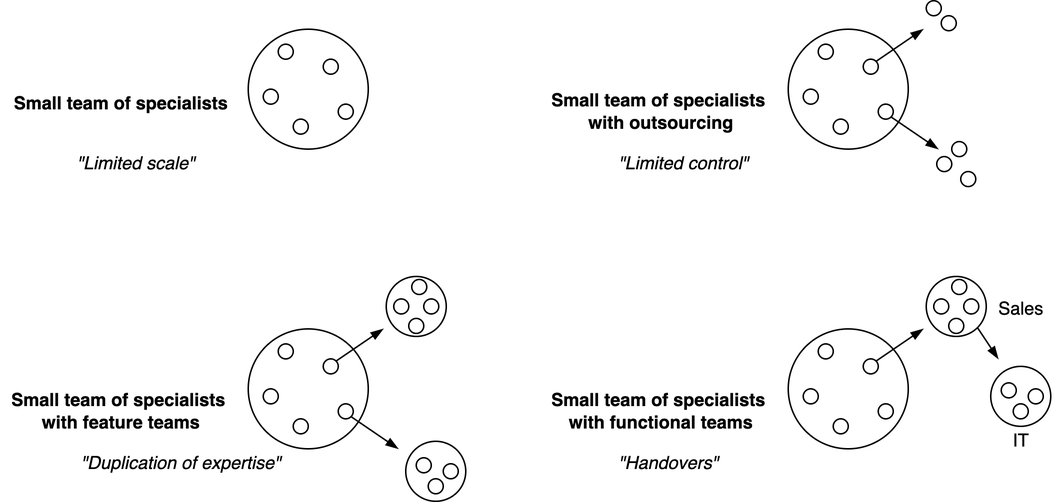
Above: img/scaling-orgs.png in voschezang/coding-handbook (draw.io), before the change. Source tidied: cells renumbered, new cells last; positions are measured from the earlier drawing's top-left corner, leaving out a move shared by most shapes.
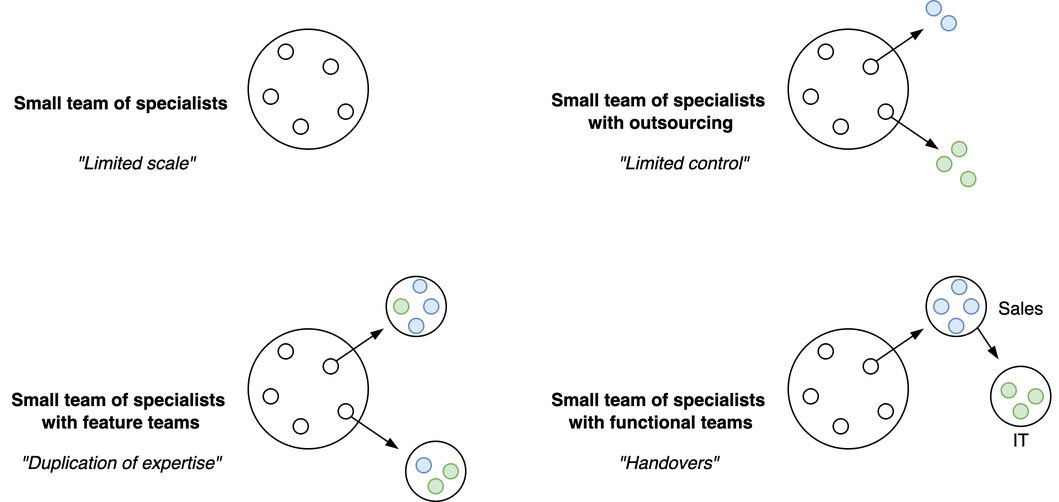
Above is the later version.

Change to the diagram source:
```diff
@@ -52,19 +52,19 @@
     <mxCell id="17" style="ellipse;whiteSpace=wrap;html=1;" parent="1" vertex="1">
       <mxGeometry x="535" y="59" width="10" height="10" as="geometry" />
     </mxCell>
-    <mxCell id="18" style="ellipse;whiteSpace=wrap;html=1;" parent="1" vertex="1">
+    <mxCell id="18" style="ellipse;whiteSpace=wrap;html=1;fillColor=#d5e8d4;strokeColor=#82b366;" parent="1" vertex="1">
       <mxGeometry x="634" y="94" width="10" height="10" as="geometry" />
     </mxCell>
-    <mxCell id="19" style="ellipse;whiteSpace=wrap;html=1;" parent="1" vertex="1">
+    <mxCell id="19" style="ellipse;whiteSpace=wrap;html=1;fillColor=#d5e8d4;strokeColor=#82b366;" parent="1" vertex="1">
       <mxGeometry x="640" y="114" width="10" height="10" as="geometry" />
     </mxCell>
-    <mxCell id="20" style="ellipse;whiteSpace=wrap;html=1;" parent="1" vertex="1">
+    <mxCell id="20" style="ellipse;whiteSpace=wrap;html=1;fillColor=#d5e8d4;strokeColor=#82b366;" parent="1" vertex="1">
       <mxGeometry x="624" y="104" width="10" height="10" as="geometry" />
     </mxCell>
-    <mxCell id="21" style="ellipse;whiteSpace=wrap;html=1;" parent="1" vertex="1">
+    <mxCell id="21" style="ellipse;whiteSpace=wrap;html=1;fillColor=#dae8fc;strokeColor=#6c8ebf;" parent="1" vertex="1">
       <mxGeometry x="617" width="10" height="10" as="geometry" />
     </mxCell>
-    <mxCell id="22" style="ellipse;whiteSpace=wrap;html=1;" parent="1" vertex="1">
+    <mxCell id="22" style="ellipse;whiteSpace=wrap;html=1;fillColor=#dae8fc;strokeColor=#6c8ebf;" parent="1" vertex="1">
       <mxGeometry x="627" y="10" width="10" height="10" as="geometry" />
     </mxCell>
     <mxCell id="23" style="endArrow=blockThin;html=1;rounded=0;endFill=1;exitX=1;exitY=1;exitDx=0;exitDy=0;" parent="1" edge="1" source="15">
@@ -98,13 +98,13 @@
     <mxCell id="31" style="ellipse;whiteSpace=wrap;html=1;" parent="1" vertex="1">
       <mxGeometry x="175" y="259" width="10" height="10" as="geometry" />
     </mxCell>
-    <mxCell id="32" style="ellipse;whiteSpace=wrap;html=1;" parent="1" vertex="1">
+    <mxCell id="32" style="ellipse;whiteSpace=wrap;html=1;fillColor=#dae8fc;strokeColor=#6c8ebf;" parent="1" vertex="1">
       <mxGeometry x="277" y="305" width="10" height="10" as="geometry" />
     </mxCell>
-    <mxCell id="33" style="ellipse;whiteSpace=wrap;html=1;" parent="1" vertex="1">
+    <mxCell id="33" style="ellipse;whiteSpace=wrap;html=1;fillColor=#d5e8d4;strokeColor=#82b366;" parent="1" vertex="1">
       <mxGeometry x="285" y="319" width="10" height="10" as="geometry" />
     </mxCell>
-    <mxCell id="34" style="ellipse;whiteSpace=wrap;html=1;" parent="1" vertex="1">
+    <mxCell id="34" style="ellipse;whiteSpace=wrap;html=1;fillColor=#d5e8d4;strokeColor=#82b366;" parent="1" vertex="1">
       <mxGeometry x="295" y="309" width="10" height="10" as="geometry" />
     </mxCell>
     <mxCell id="35" style="endArrow=blockThin;html=1;rounded=0;endFill=1;exitX=1;exitY=1;exitDx=0;exitDy=0;" parent="1" edge="1" source="29">
@@ -115,16 +115,16 @@
     <mxCell id="36" style="ellipse;whiteSpace=wrap;html=1;fillColor=none;" parent="1" vertex="1">
       <mxGeometry x="257" y="184" width="40" height="40" as="geometry" />
     </mxCell>
-    <mxCell id="37" style="ellipse;whiteSpace=wrap;html=1;" parent="1" vertex="1">
-      <mxGeometry x="274" y="186" width="10" height="10" as="geometry" />
+    <mxCell id="37" style="ellipse;whiteSpace=wrap;html=1;fillColor=#dae8fc;strokeColor=#6c8ebf;" parent="1" vertex="1">
+      <mxGeometry x="275" y="186" width="9" height="9" as="geometry" />
     </mxCell>
-    <mxCell id="38" style="ellipse;whiteSpace=wrap;html=1;" parent="1" vertex="1">
+    <mxCell id="38" style="ellipse;whiteSpace=wrap;html=1;direction=south;fillColor=#d5e8d4;strokeColor=#82b366;" parent="1" vertex="1">
       <mxGeometry x="262" y="199" width="10" height="10" as="geometry" />
     </mxCell>
-    <mxCell id="39" style="ellipse;whiteSpace=wrap;html=1;" parent="1" vertex="1">
+    <mxCell id="39" style="ellipse;whiteSpace=wrap;html=1;fillColor=#dae8fc;strokeColor=#6c8ebf;" parent="1" vertex="1">
       <mxGeometry x="282" y="199" width="10" height="10" as="geometry" />
     </mxCell>
-    <mxCell id="40" style="ellipse;whiteSpace=wrap;html=1;" parent="1" vertex="1">
+    <mxCell id="40" style="ellipse;whiteSpace=wrap;html=1;fillColor=#dae8fc;strokeColor=#6c8ebf;" parent="1" vertex="1">
       <mxGeometry x="272" y="212" width="10" height="10" as="geometry" />
     </mxCell>
     <mxCell id="41" style="ellipse;whiteSpace=wrap;html=1;fillColor=none;" parent="1" vertex="1">
@@ -156,13 +156,13 @@
     <mxCell id="49" style="ellipse;whiteSpace=wrap;html=1;" parent="1" vertex="1">
       <mxGeometry x="535" y="259" width="10" height="10" as="geometry" />
     </mxCell>
-    <mxCell id="50" style="ellipse;whiteSpace=wrap;html=1;" parent="1" vertex="1">
+    <mxCell id="50" style="ellipse;whiteSpace=wrap;html=1;fillColor=#d5e8d4;strokeColor=#82b366;" parent="1" vertex="1">
       <mxGeometry x="667" y="255" width="10" height="10" as="geometry" />
     </mxCell>
-    <mxCell id="51" style="ellipse;whiteSpace=wrap;html=1;" parent="1" vertex="1">
+    <mxCell id="51" style="ellipse;whiteSpace=wrap;html=1;fillColor=#d5e8d4;strokeColor=#82b366;" parent="1" vertex="1">
       <mxGeometry x="675" y="269" width="10" height="10" as="geometry" />
     </mxCell>
-    <mxCell id="52" style="ellipse;whiteSpace=wrap;html=1;" parent="1" vertex="1">
+    <mxCell id="52" style="ellipse;whiteSpace=wrap;html=1;fillColor=#d5e8d4;strokeColor=#82b366;" parent="1" vertex="1">
       <mxGeometry x="685" y="259" width="10" height="10" as="geometry" />
     </mxCell>
     <mxCell id="53" style="edgeStyle=none;rounded=0;jettySize=auto;html=1;exitX=1;exitY=1;exitDx=0;exitDy=0;endArrow=blockThin;endFill=1;" parent="1" edge="1" source="54">
@@ -173,16 +173,16 @@
     <mxCell id="54" style="ellipse;whiteSpace=wrap;html=1;fillColor=none;" parent="1" vertex="1">
       <mxGeometry x="617" y="184" width="40" height="40" as="geometry" />
     </mxCell>
-    <mxCell id="55" style="ellipse;whiteSpace=wrap;html=1;" parent="1" vertex="1">
+    <mxCell id="55" style="ellipse;whiteSpace=wrap;html=1;fillColor=#dae8fc;strokeColor=#6c8ebf;" parent="1" vertex="1">
       <mxGeometry x="634" y="186" width="10" height="10" as="geometry" />
     </mxCell>
-    <mxCell id="56" style="ellipse;whiteSpace=wrap;html=1;" parent="1" vertex="1">
+    <mxCell id="56" style="ellipse;whiteSpace=wrap;html=1;fillColor=#dae8fc;strokeColor=#6c8ebf;" parent="1" vertex="1">
       <mxGeometry x="622" y="199" width="10" height="10" as="geometry" />
     </mxCell>
-    <mxCell id="57" style="ellipse;whiteSpace=wrap;html=1;" parent="1" vertex="1">
+    <mxCell id="57" style="ellipse;whiteSpace=wrap;html=1;fillColor=#dae8fc;strokeColor=#6c8ebf;" parent="1" vertex="1">
       <mxGeometry x="642" y="199" width="10" height="10" as="geometry" />
     </mxCell>
-    <mxCell id="58" style="ellipse;whiteSpace=wrap;html=1;" parent="1" vertex="1">
+    <mxCell id="58" style="ellipse;whiteSpace=wrap;html=1;fillColor=#dae8fc;strokeColor=#6c8ebf;" parent="1" vertex="1">
       <mxGeometry x="632" y="212" width="10" height="10" as="geometry" />
     </mxCell>
     <mxCell id="59" value="Sales" style="text;html=1;align=center;verticalAlign=middle;strokeColor=none;fillColor=none;" parent="1" vertex="1">
@@ -198,7 +198,7 @@
       <mxGeometry x="405" y="99" width="100" height="20" as="geometry" />
     </mxCell>
     <mxCell id="63" value="&lt;i&gt;&quot;Duplication of expertise&quot;&lt;/i&gt;" style="text;html=1;align=center;verticalAlign=middle;strokeColor=none;fillColor=none;" parent="1" vertex="1">
-      <mxGeometry x="45" y="299" width="150" height="20" as="geometry" />
+      <mxGeometry x="5" y="299" width="150" height="20" as="geometry" />
     </mxCell>
     <mxCell id="64" value="&lt;i&gt;&quot;Handovers&quot;&lt;/i&gt;" style="text;html=1;align=center;verticalAlign=middle;strokeColor=none;fillColor=none;" parent="1" vertex="1">
       <mxGeometry x="405" y="299" width="80" height="20" as="geometry" />
```
